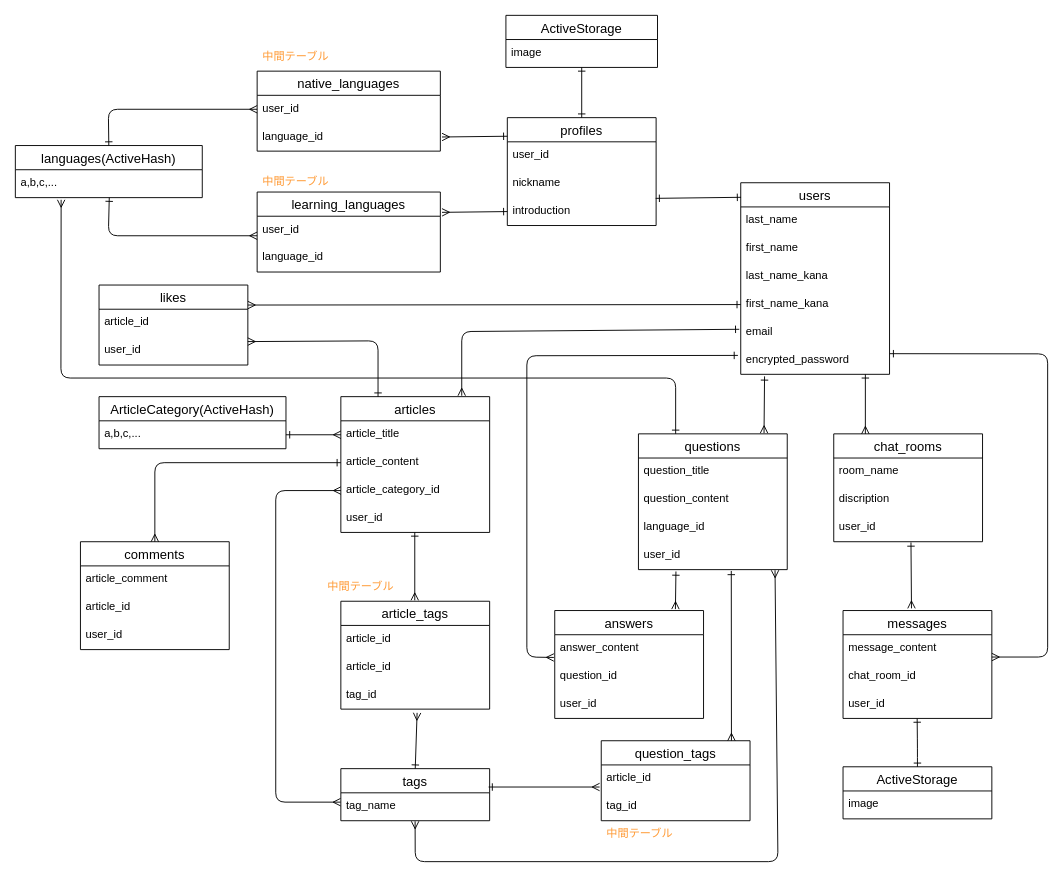
Earlier version of the draw.io diagram ER.dio (fuuuuumin/LinguaShare). Source tidied: cells renumbered, new cells numbered last; positions are measured from the earlier drawing's top-left corner, leaving out a move shared by most shapes. Both pictures are drawn from the tidied source at 93%, with x=0, y=0 at pixel (15, 15).
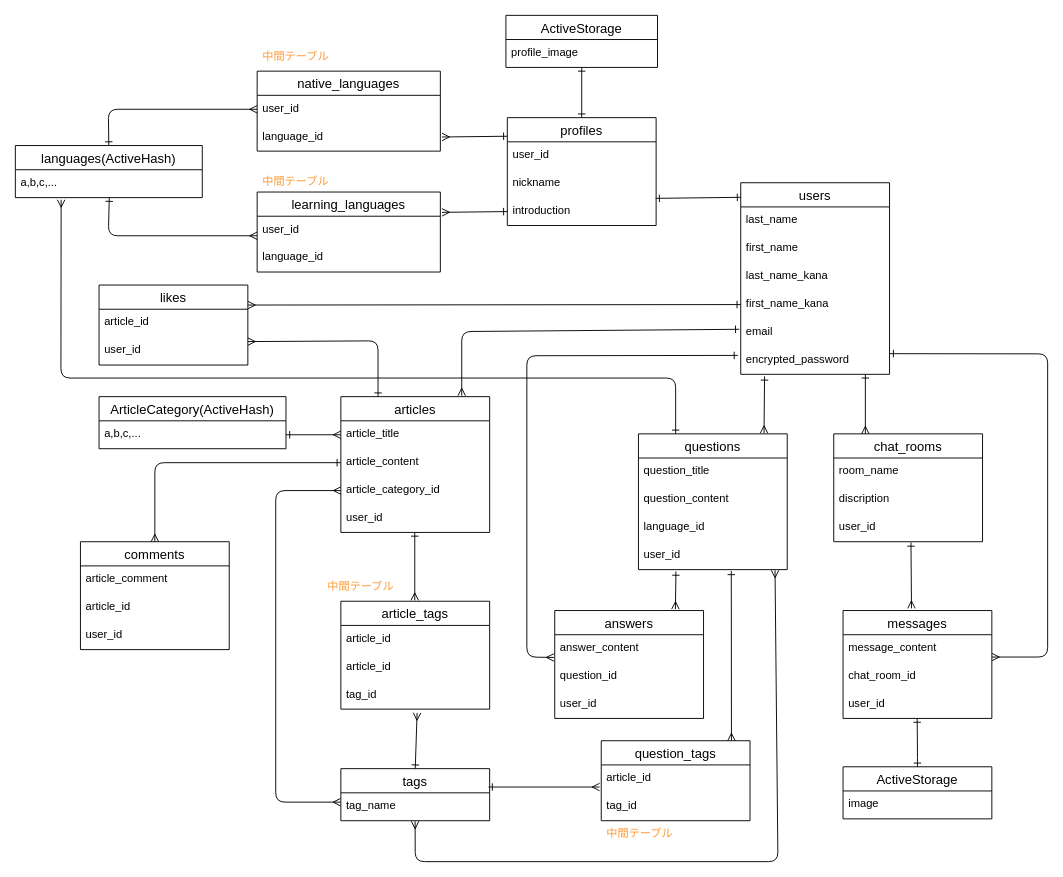
After the change.

Unchanged cells that the change refers to:
```xml
<mxCell id="13" value="ActiveStorage" style="swimlane;fontStyle=0;horizontal=1;startSize=26;align=center;fontSize=14;" parent="1" vertex="1">
  <mxGeometry x="527.5" width="163" height="56" as="geometry" />
</mxCell>
```

Diff of the diagram source:
```diff
@@
-    <mxCell id="14" value="image" style="text;strokeColor=none;fillColor=none;spacingLeft=4;spacingRight=4;overflow=hidden;fontSize=12;" parent="13" vertex="1">
+    <mxCell id="14" value="profile_image" style="text;strokeColor=none;fillColor=none;spacingLeft=4;spacingRight=4;overflow=hidden;fontSize=12;" parent="13" vertex="1">
       <mxGeometry y="26" width="163" height="30" as="geometry" />
     </mxCell>
```
